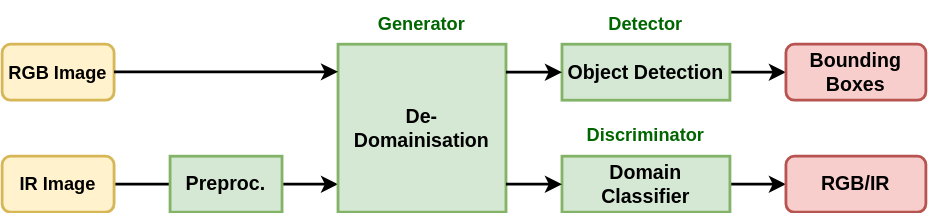
Earlier version of the draw.io export DAT using GAN.svg (yyhtbs-yye/course_images). Source tidied: cells renumbered, new cells last; positions are measured from the earlier drawing's top-left corner, leaving out a move shared by most shapes.
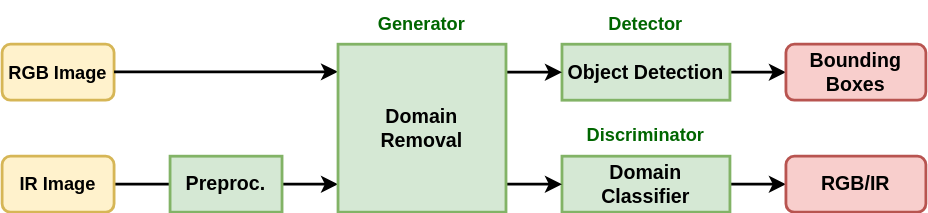
The same file after the commit.

The edit, as a diff of the source:
```diff
@@ -43,9 +43,6 @@
     <mxCell id="14" value="Preproc." style="rounded=0;whiteSpace=wrap;html=1;fillStyle=auto;fillColor=#d5e8d4;strokeColor=#82b366;fontSize=14;fontStyle=1;strokeWidth=2;" parent="1" vertex="1">
       <mxGeometry x="120" y="110" width="80" height="40" as="geometry" />
     </mxCell>
-    <mxCell id="15" value="De-Domainisation" style="rounded=0;whiteSpace=wrap;html=1;fillStyle=auto;fillColor=#d5e8d4;strokeColor=#82b366;fontSize=14;fontStyle=1;strokeWidth=2;" parent="1" vertex="1">
-      <mxGeometry x="240" y="30" width="120" height="120" as="geometry" />
-    </mxCell>
     <mxCell id="16" style="rounded=0;orthogonalLoop=1;jettySize=auto;html=1;strokeWidth=2;" parent="1" edge="1">
       <mxGeometry relative="1" as="geometry">
         <mxPoint x="360" y="130" as="sourcePoint" />
@@ -64,5 +61,8 @@
         <mxPoint x="240" y="49.8" as="targetPoint" />
       </mxGeometry>
     </mxCell>
+    <mxCell id="19" value="Domain&lt;br&gt;Removal" style="rounded=0;whiteSpace=wrap;html=1;fillStyle=auto;fillColor=#d5e8d4;strokeColor=#82b366;fontSize=14;fontStyle=1;strokeWidth=2;" parent="1" vertex="1">
+      <mxGeometry x="240" y="30" width="120" height="120" as="geometry" />
+    </mxCell>
   </root>
 </mxGraphModel>
```
